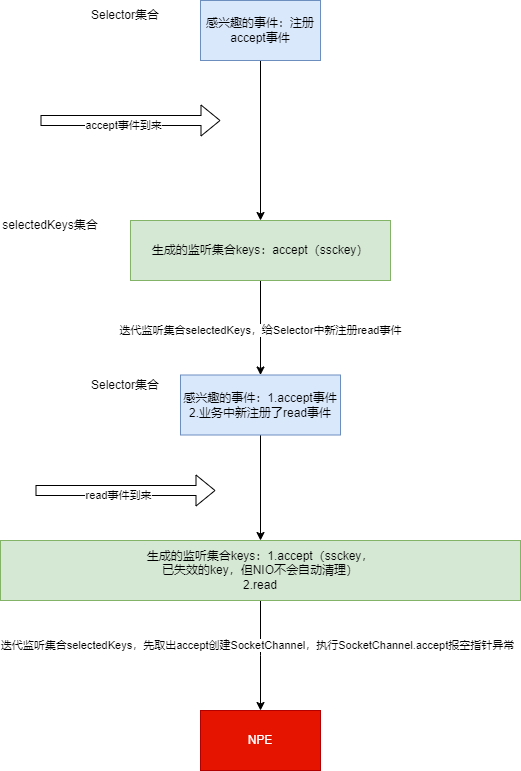
Above: NIO处理accept事件.drawio.png in lyflexi/draw.io-online (draw.io), before the change. Source tidied: cells renumbered, new cells last; positions are measured from the earlier drawing's top-left corner, leaving out a move shared by most shapes.
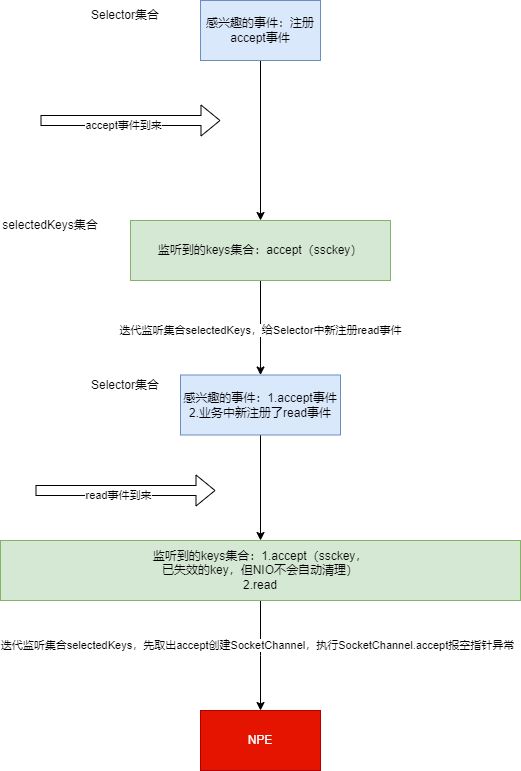
The same file after the commit.

Commit message:
更新NIO处理accept事件.drawio.png

What changed in the source:
```diff
@@ -17,7 +17,7 @@
     <mxCell id="6" value="迭代监听集合selectedKeys，给Selector中新注册read事件" style="edgeLabel;html=1;align=center;verticalAlign=middle;" parent="5" vertex="1">
       <mxGeometry x="0.04" y="-1" relative="1" as="geometry" />
     </mxCell>
-    <mxCell id="7" value="生成的监听集合keys：accept（ssckey）" style="rounded=0;whiteSpace=wrap;html=1;fillColor=#d5e8d4;strokeColor=#82b366;" parent="1" vertex="1">
+    <mxCell id="7" value="监听到的keys集合：accept（ssckey）" style="rounded=0;whiteSpace=wrap;html=1;fillColor=#d5e8d4;strokeColor=#82b366;" parent="1" vertex="1">
       <mxGeometry x="130" y="220" width="260" height="60" as="geometry" />
     </mxCell>
     <mxCell id="8" value="selectedKeys集合" style="text;html=1;strokeColor=none;fillColor=none;align=center;verticalAlign=middle;whiteSpace=wrap;rounded=0;" parent="1" vertex="1">
@@ -31,7 +31,7 @@
     <mxCell id="10" value="迭代监听集合selectedKeys，先取出accept创建SocketChannel，执行SocketChannel.accept报空指针异常" style="edgeLabel;html=1;align=center;verticalAlign=middle;" parent="9" vertex="1">
       <mxGeometry x="-0.2" y="-4" relative="1" as="geometry" />
     </mxCell>
-    <mxCell id="11" value="生成的监听集合keys：1.accept（ssckey，&lt;br&gt;已失效的key，但NIO不会自动清理）&lt;br&gt;2.read" style="rounded=0;whiteSpace=wrap;html=1;fillColor=#d5e8d4;strokeColor=#82b366;" parent="1" vertex="1">
+    <mxCell id="11" value="监听到的keys集合：1.accept（ssckey，&lt;br&gt;已失效的key，但NIO不会自动清理）&lt;br&gt;2.read" style="rounded=0;whiteSpace=wrap;html=1;fillColor=#d5e8d4;strokeColor=#82b366;" parent="1" vertex="1">
       <mxGeometry y="540" width="520" height="60" as="geometry" />
     </mxCell>
     <mxCell id="12" style="shape=flexArrow;endArrow=classic;html=1;rounded=0;" parent="1" edge="1">
```
